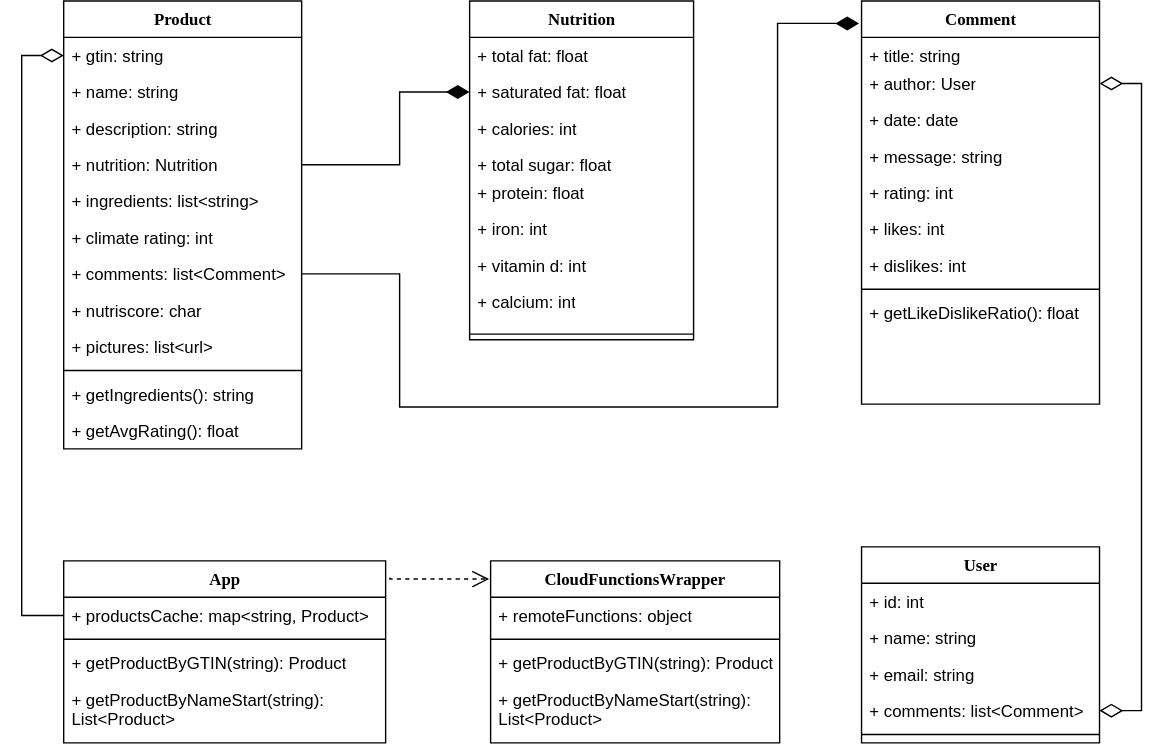
This is resources/Class_Diagram.drawio.svg from TeamNewtry/NewtryDocumentation, a draw.io export, as it was before one commit. Source tidied: cells renumbered, new cells last; positions are measured from the earlier drawing's top-left corner, leaving out a move shared by most shapes.
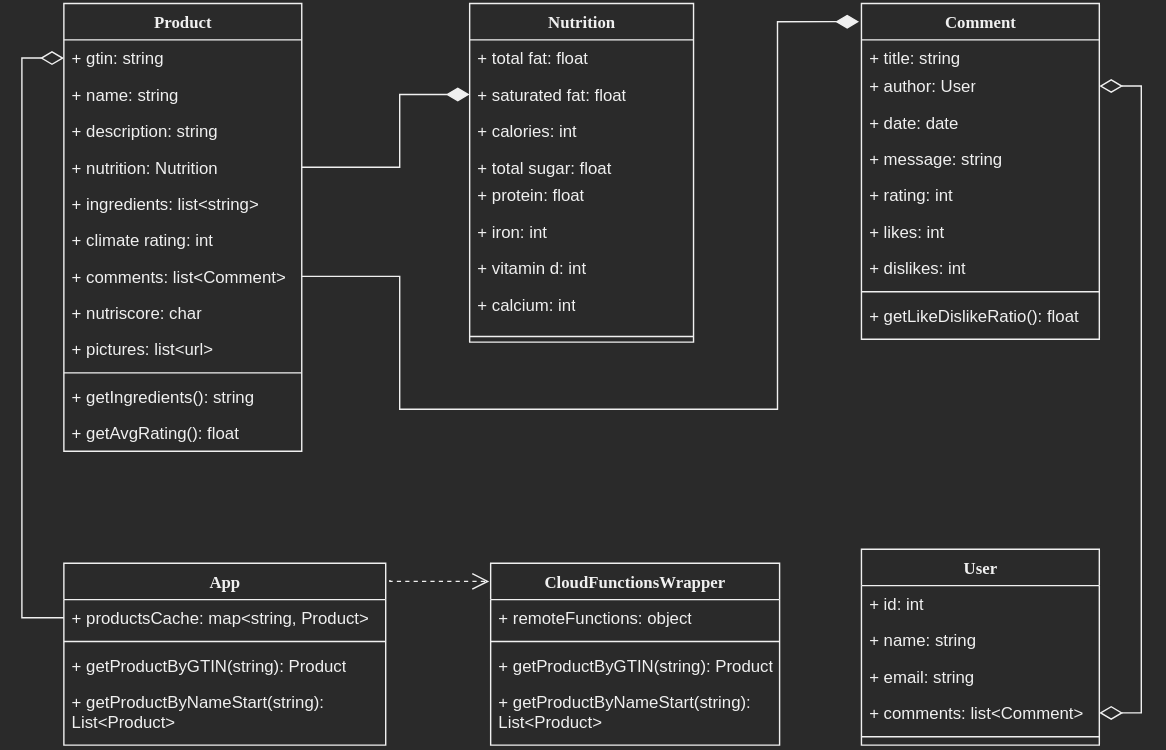
The same file after the commit.

What changed in the source:
```diff
@@ -1,4 +1,4 @@
-<mxGraphModel background="#ffffff">
+<mxGraphModel>
   <root>
     <mxCell id="0" />
     <mxCell id="1" parent="0" />
@@ -94,7 +94,7 @@
       <mxGeometry y="86" width="230" height="44" as="geometry" />
     </mxCell>
     <mxCell id="31" value="Comment" style="swimlane;html=1;fontStyle=1;align=center;verticalAlign=top;horizontal=1;startSize=26;swimlaneFillColor=none;rounded=0;shadow=0;comic=0;labelBackgroundColor=none;strokeWidth=1;fillColor=none;fontFamily=Verdana;fontSize=12;" parent="1" vertex="1">
-      <mxGeometry x="570" width="170" height="288" as="geometry" />
+      <mxGeometry x="570" width="170" height="240" as="geometry" />
     </mxCell>
     <mxCell id="32" value="+ title: string" style="text;html=1;strokeColor=none;fillColor=none;align=left;verticalAlign=top;spacingLeft=4;spacingRight=4;whiteSpace=wrap;overflow=hidden;" parent="31" vertex="1">
       <mxGeometry y="26" width="170" height="20" as="geometry" />
@@ -168,8 +168,7 @@
           <mxPoint x="240" y="195" />
           <mxPoint x="240" y="290" />
           <mxPoint x="510" y="290" />
-          <mxPoint x="510" y="16" />
-          <mxPoint x="568" y="16" />
+          <mxPoint x="510" y="13" />
         </Array>
       </mxGeometry>
     </mxCell>
```
